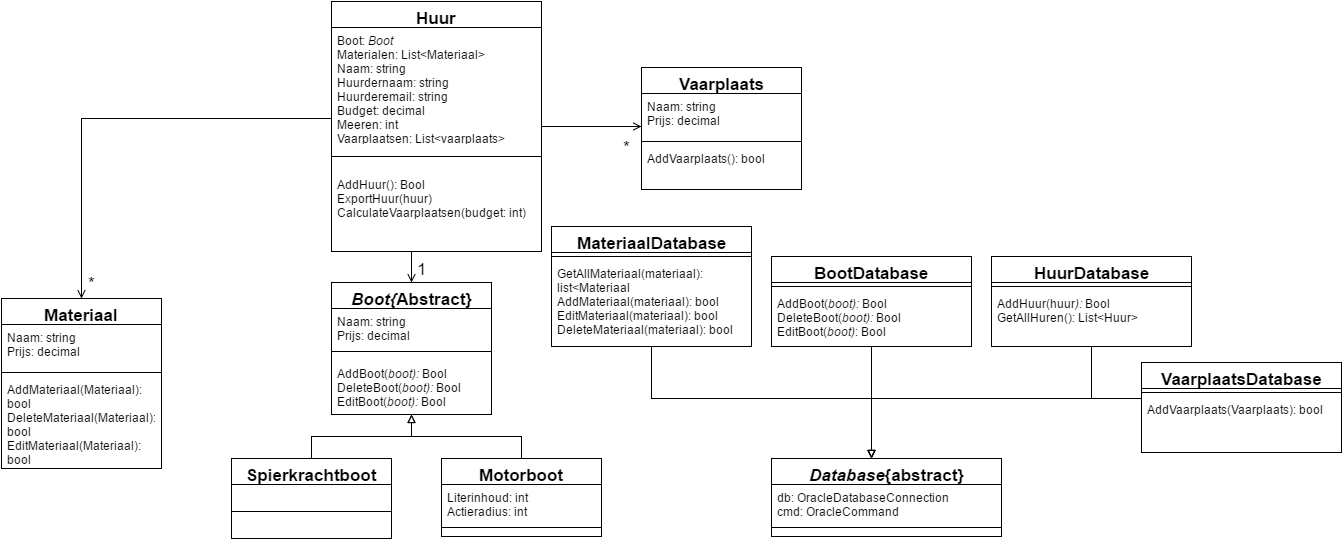
The draw.io diagram Klassendiagram 't Sloepke.png in FireRageNL/LivePerformance, before a commit. Source tidied: cells renumbered, new cells last; positions are measured from the earlier drawing's top-left corner, leaving out a move shared by most shapes.
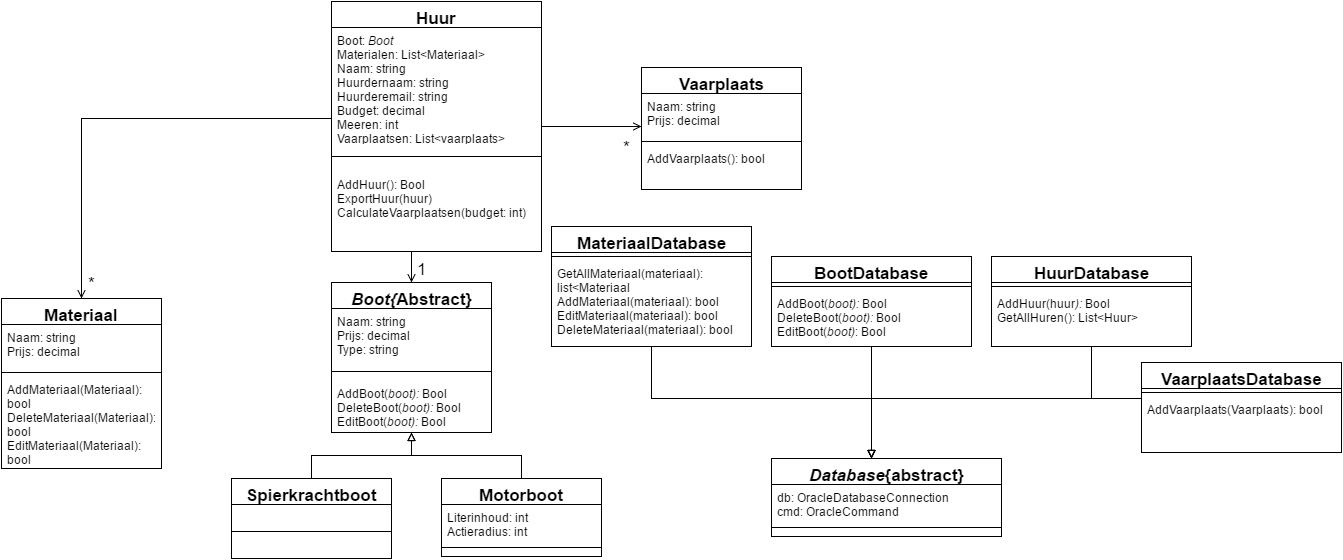
After the commit.

Commit message:
Testplan gemaakt en kleine fix aan database model en klassendiagram.

Diff of the diagram source:
```diff
@@ -46,16 +46,16 @@
       </mxGeometry>
     </mxCell>
     <mxCell id="12" value="&lt;i&gt;Boot{&lt;/i&gt;Abstract}" style="swimlane;html=1;fontStyle=1;align=center;verticalAlign=top;horizontal=1;startSize=26;swimlaneFillColor=#ffffff;fontSize=17;" parent="1" vertex="1">
-      <mxGeometry x="330" y="281" width="160" height="132" as="geometry" />
+      <mxGeometry x="330" y="281" width="160" height="150" as="geometry" />
     </mxCell>
-    <mxCell id="13" value="Naam: string&lt;div&gt;Prijs: decimal&lt;/div&gt;" style="text;html=1;strokeColor=none;fillColor=none;align=left;verticalAlign=top;spacingLeft=4;spacingRight=4;whiteSpace=wrap;overflow=hidden;" parent="12" vertex="1">
-      <mxGeometry y="26" width="160" height="34" as="geometry" />
+    <mxCell id="13" value="Naam: string&lt;div&gt;Prijs: decimal&lt;/div&gt;&lt;div&gt;Type: string&lt;/div&gt;" style="text;html=1;strokeColor=none;fillColor=none;align=left;verticalAlign=top;spacingLeft=4;spacingRight=4;whiteSpace=wrap;overflow=hidden;" parent="12" vertex="1">
+      <mxGeometry y="26" width="160" height="54" as="geometry" />
     </mxCell>
     <mxCell id="14" style="line;html=1;strokeWidth=1;fillColor=none;align=left;verticalAlign=middle;spacingTop=-1;spacingLeft=3;spacingRight=3;labelPosition=right;" parent="12" vertex="1">
-      <mxGeometry y="60" width="160" height="18" as="geometry" />
+      <mxGeometry y="80" width="160" height="18" as="geometry" />
     </mxCell>
     <mxCell id="15" value="AddBoot(&lt;i&gt;boot): &lt;/i&gt;Bool&lt;div&gt;DeleteBoot(&lt;i&gt;boot): &lt;/i&gt;Bool&lt;/div&gt;&lt;div&gt;EditBoot(&lt;i&gt;boot): &lt;/i&gt;Bool&lt;/div&gt;" style="text;html=1;strokeColor=none;fillColor=none;align=left;verticalAlign=top;spacingLeft=4;spacingRight=4;whiteSpace=wrap;overflow=hidden;" parent="12" vertex="1">
-      <mxGeometry y="78" width="160" height="52" as="geometry" />
+      <mxGeometry y="98" width="160" height="52" as="geometry" />
     </mxCell>
     <mxCell id="16" value="BootDatabase" style="swimlane;html=1;fontStyle=1;align=center;verticalAlign=top;horizontal=1;startSize=26;swimlaneFillColor=#ffffff;fontSize=17;" parent="1" vertex="1">
       <mxGeometry x="770" y="255" width="200" height="90" as="geometry" />
@@ -84,7 +84,7 @@
       <mxGeometry y="60" width="230" height="18" as="geometry" />
     </mxCell>
     <mxCell id="23" value="Motorboot" style="swimlane;html=1;fontStyle=1;align=center;verticalAlign=top;horizontal=1;startSize=26;swimlaneFillColor=#ffffff;fontSize=17;" parent="1" vertex="1">
-      <mxGeometry x="440" y="457" width="160" height="78" as="geometry" />
+      <mxGeometry x="440" y="477" width="160" height="78" as="geometry" />
     </mxCell>
     <mxCell id="24" value="Literinhoud: int&lt;div&gt;Actieradius: int&lt;/div&gt;" style="text;html=1;strokeColor=none;fillColor=none;align=left;verticalAlign=top;spacingLeft=4;spacingRight=4;whiteSpace=wrap;overflow=hidden;" parent="23" vertex="1">
       <mxGeometry y="26" width="160" height="34" as="geometry" />
@@ -93,7 +93,7 @@
       <mxGeometry y="60" width="160" height="18" as="geometry" />
     </mxCell>
     <mxCell id="26" value="Spierkrachtboot" style="swimlane;html=1;fontStyle=1;align=center;verticalAlign=top;horizontal=1;startSize=26;swimlaneFillColor=#ffffff;fontSize=17;" parent="1" vertex="1">
-      <mxGeometry x="230" y="457" width="160" height="80" as="geometry" />
+      <mxGeometry x="230" y="477" width="160" height="80" as="geometry" />
     </mxCell>
     <mxCell id="27" style="line;html=1;strokeWidth=1;fillColor=none;align=left;verticalAlign=middle;spacingTop=-1;spacingLeft=3;spacingRight=3;labelPosition=right;" parent="26" vertex="1">
       <mxGeometry y="26" width="160" height="54" as="geometry" />
```
